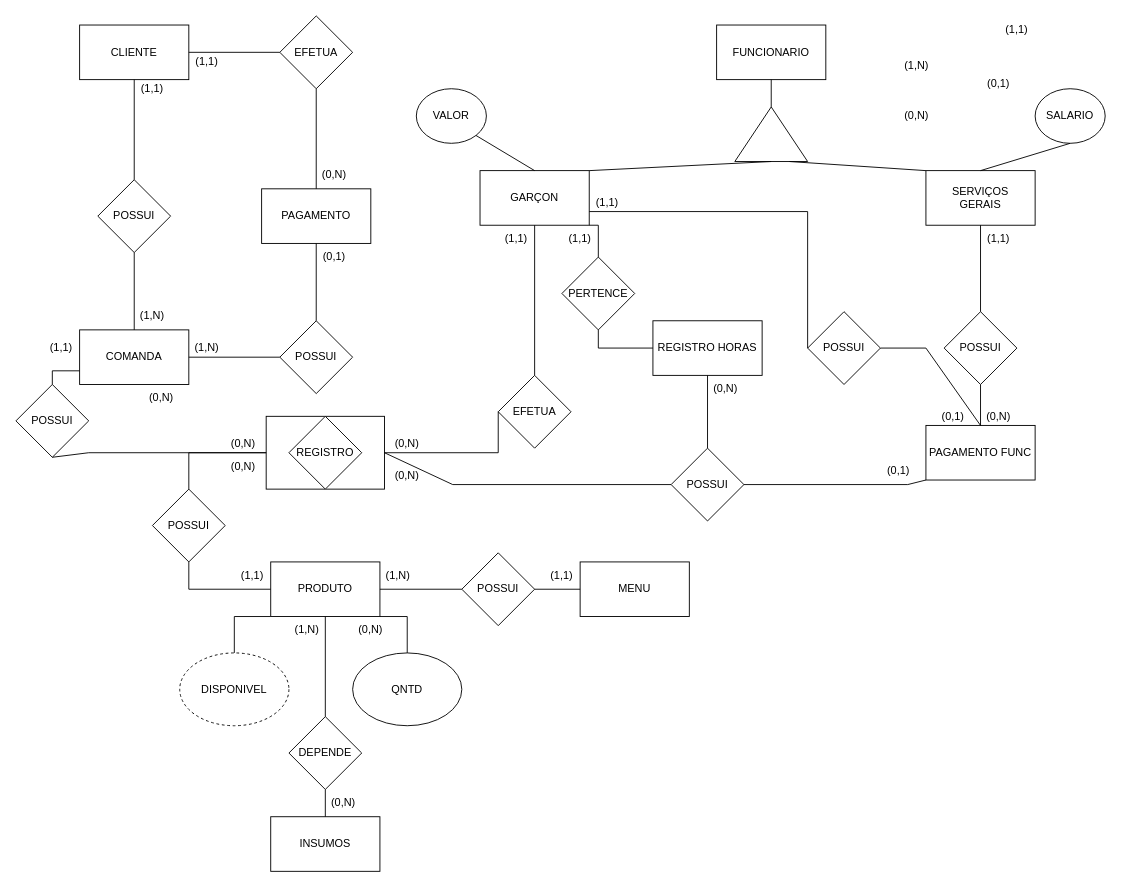
yFells/Projetos-De-Faculdade keeps this draw.io diagram as Diagrama Restaurante (2).drawio. Above is the earlier version. Source tidied: cells renumbered, new cells numbered last; positions are measured from the earlier drawing's top-left corner, leaving out a move shared by most shapes. Both pictures are drawn from the tidied source at 91%, with x=0, y=0 at pixel (15, 15).
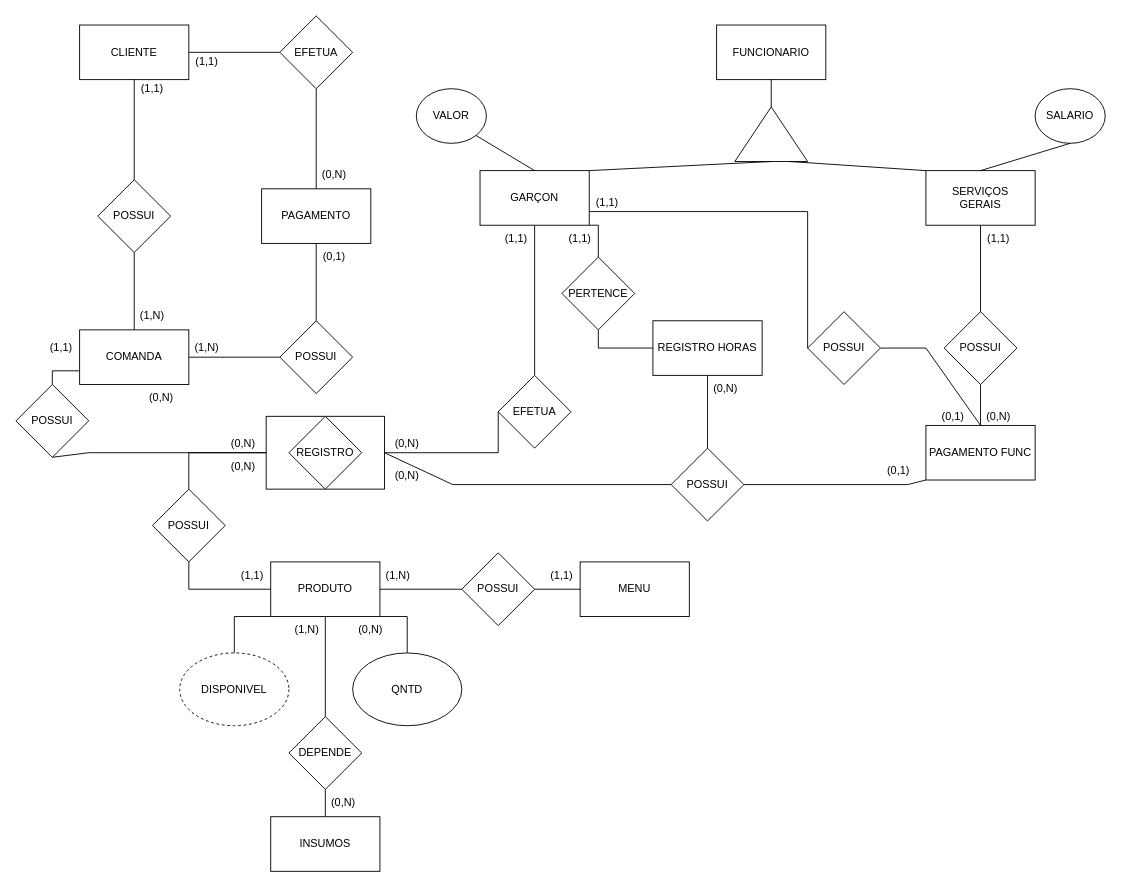
After the change.

What changed in the source:
```diff
@@
-    <mxCell id="61" value="(1,1)" style="text;html=1;strokeColor=none;fillColor=none;align=center;verticalAlign=middle;whiteSpace=wrap;rounded=0;" parent="1" vertex="1">
-      <mxGeometry x="1070" width="60" height="30" as="geometry" />
-    </mxCell>
-    <mxCell id="62" value="(0,1)" style="text;html=1;strokeColor=none;fillColor=none;align=center;verticalAlign=middle;whiteSpace=wrap;rounded=0;" parent="1" vertex="1">
-      <mxGeometry x="1050" y="60" width="60" height="30" as="geometry" />
-    </mxCell>
-    <mxCell id="63" value="(1,N)" style="text;html=1;strokeColor=none;fillColor=none;align=center;verticalAlign=middle;whiteSpace=wrap;rounded=0;" parent="1" vertex="1">
-      <mxGeometry x="960" y="40" width="60" height="30" as="geometry" />
-    </mxCell>
-    <mxCell id="64" value="(0,N)" style="text;html=1;strokeColor=none;fillColor=none;align=center;verticalAlign=middle;whiteSpace=wrap;rounded=0;" parent="1" vertex="1">
-      <mxGeometry x="960" y="95" width="60" height="30" as="geometry" />
-    </mxCell>
```
